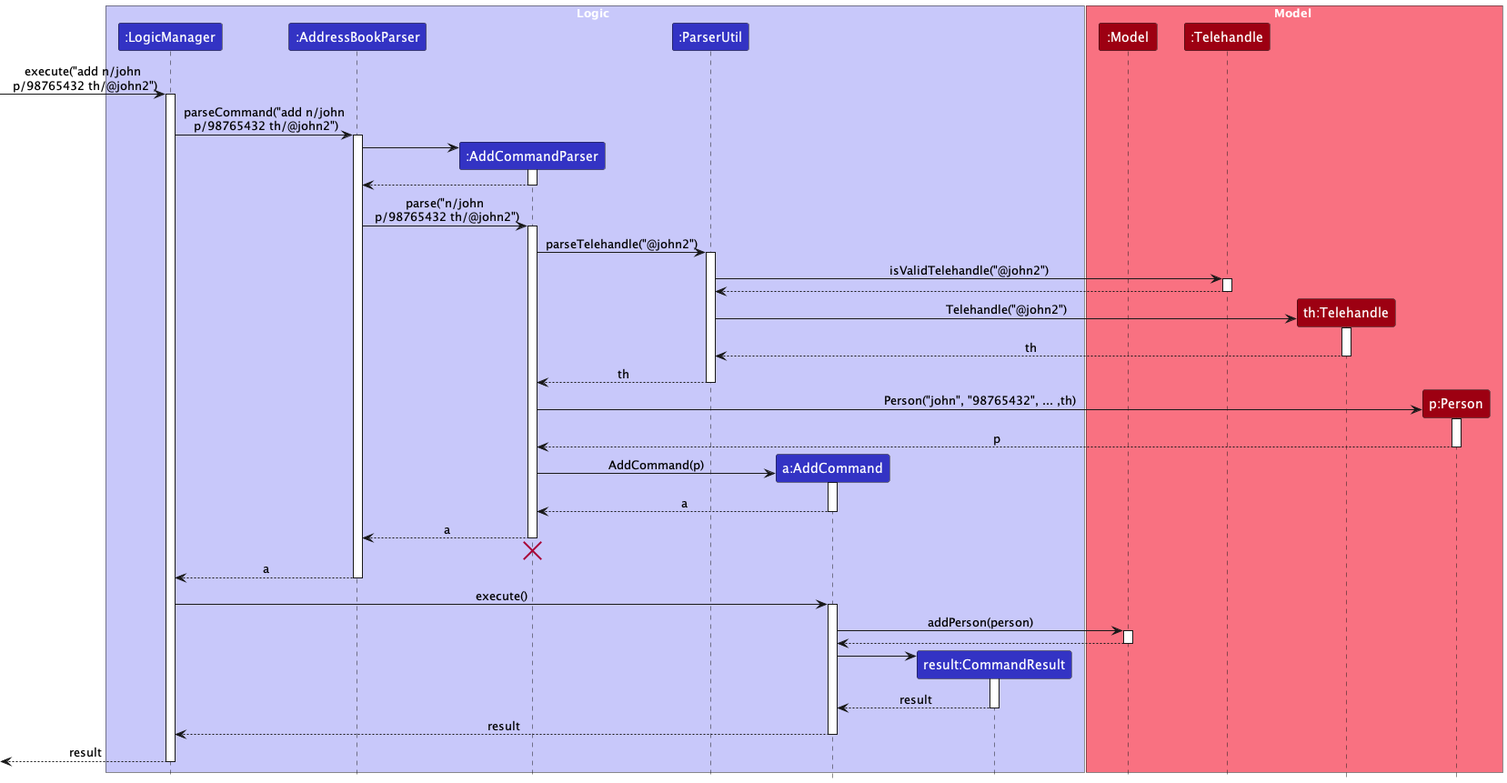
Before: docs/images/TelehandleSequenceDiagram.png, a diagram exported from PlantUML (tanteckfang/tp).
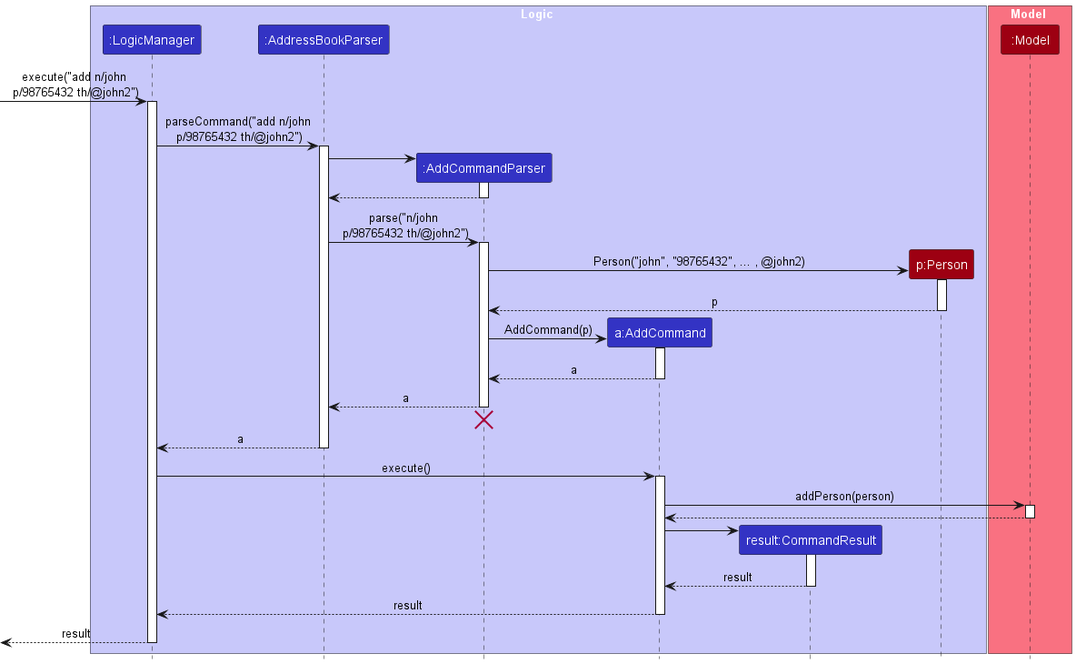
Above is the later version.

Commit message:
Update DG on the implementation of telehandle and various diagrams

Change to the diagram source:
```diff
@@ -6,16 +6,13 @@
 participant ":LogicManager" as LogicManager LOGIC_COLOR
 participant ":AddressBookParser" as AddressBookParser LOGIC_COLOR
 participant ":AddCommandParser" as AddCommandParser LOGIC_COLOR
-participant ":ParserUtil" as ParserUtil LOGIC_COLOR
 participant "a:AddCommand" as AddCommand LOGIC_COLOR
 participant "result:CommandResult" as CommandResult LOGIC_COLOR
+participant "p:Person" as Person MODEL_COLOR
 end box
 
 box Model MODEL_COLOR_T1
 participant ":Model" as Model MODEL_COLOR
-participant ":Telehandle" as TelehandleClass MODEL_COLOR
-participant "th:Telehandle" as TelehandleObject MODEL_COLOR
-participant "p:Person" as Person MODEL_COLOR
 end box
 
 [-> LogicManager : execute("add n/john\n p/98765432 th/@john2")
@@ -34,27 +31,8 @@
 AddressBookParser -> AddCommandParser : parse("n/john\n p/98765432 th/@john2")
 activate AddCommandParser
 
-AddCommandParser -> ParserUtil : parseTelehandle("@john2")
-activate ParserUtil
-
-ParserUtil -> TelehandleClass : isValidTelehandle("@john2")
-activate TelehandleClass
-
-TelehandleClass --> ParserUtil :
-deactivate TelehandleClass
-
-create TelehandleObject
-ParserUtil -> TelehandleObject : Telehandle("@john2")
-activate TelehandleObject
-
-TelehandleObject --> ParserUtil : th
-deactivate TelehandleObject
-
-ParserUtil --> AddCommandParser : th
-deactivate ParserUtil
-
 create Person
-AddCommandParser -> Person : Person("john", "98765432", ... ,th)
+AddCommandParser -> Person : Person("john", "98765432", ... , @john2)
 activate Person
 
 Person --> AddCommandParser : p
```
